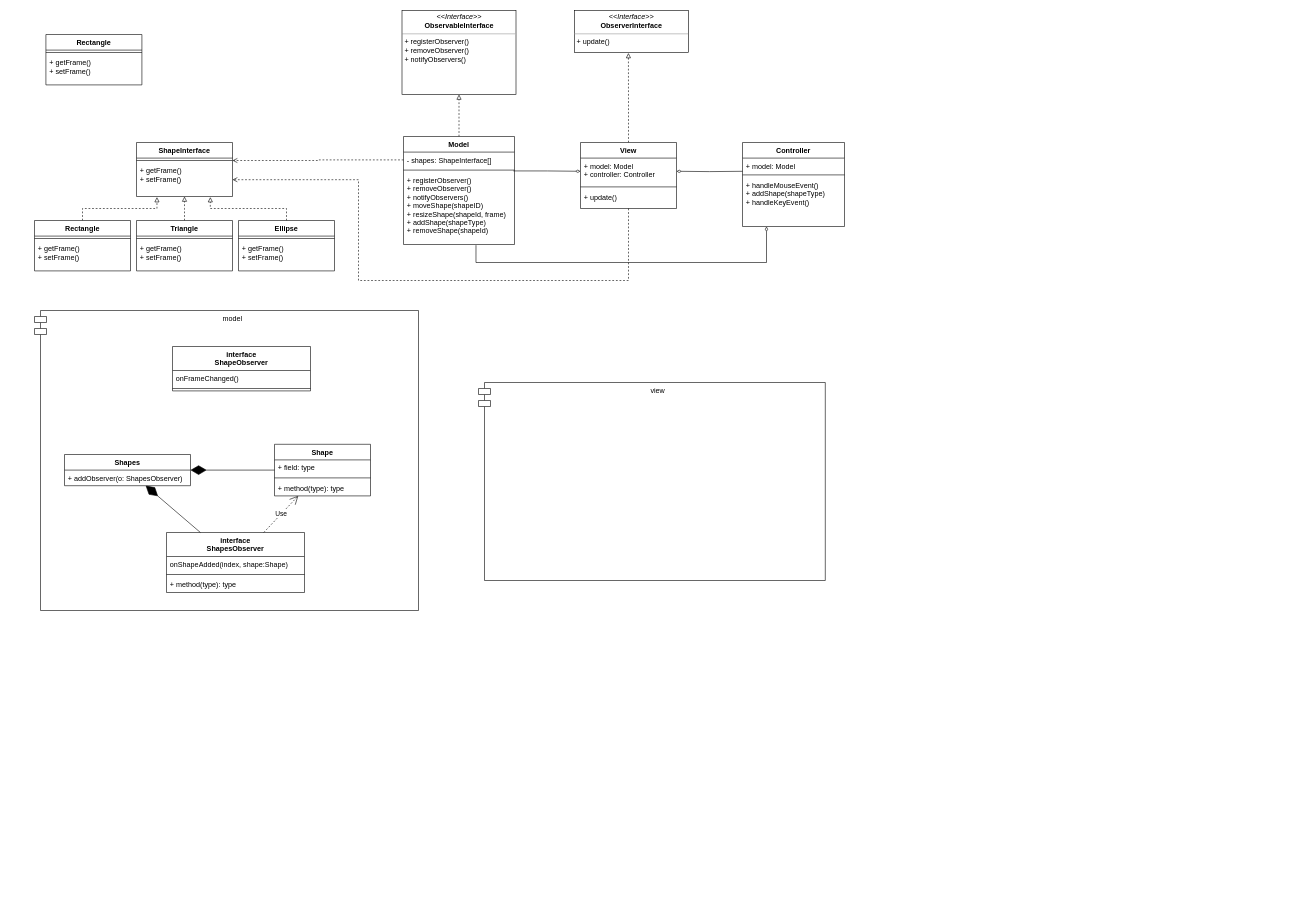
Above: MVC_geometric/MVC.drawio in venera13/ood (draw.io), before the change. Source tidied: cells renumbered, new cells numbered last; positions are measured from the earlier drawing's top-left corner, leaving out a move shared by most shapes. Both pictures are drawn from the tidied source at 60%, with x=0, y=0 at pixel (34, 10).
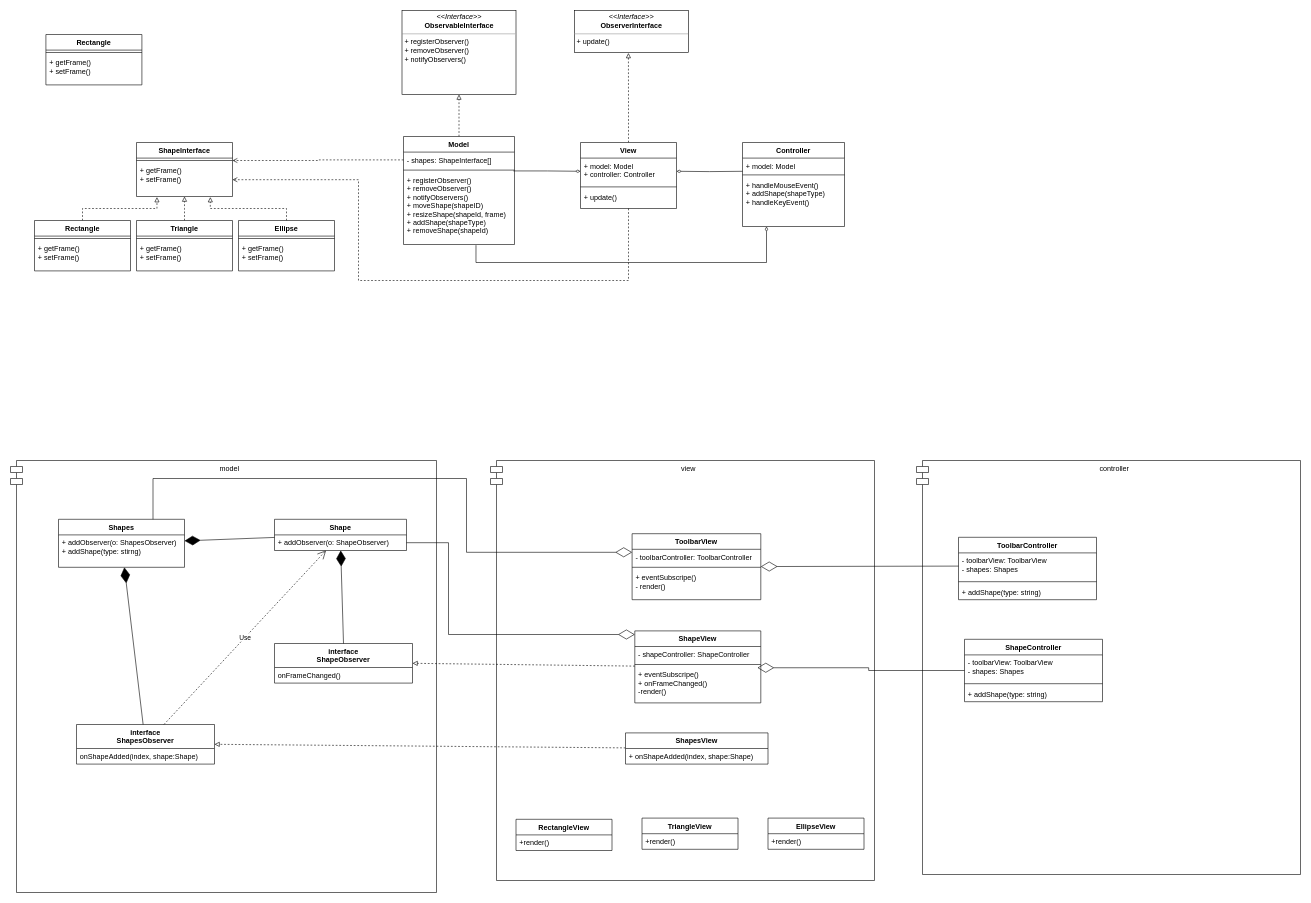
The same diagram, later.

Change to the diagram source:
```diff
@@
     <mxCell id="38" value="model" style="shape=module;align=left;spacingLeft=20;align=center;verticalAlign=top;" parent="1" vertex="1">
-      <mxGeometry y="500" width="640" height="500" as="geometry" />
+      <mxGeometry x="-40" y="750" width="710" height="720" as="geometry" />
     </mxCell>
     <mxCell id="39" value="view" style="shape=module;align=left;spacingLeft=20;align=center;verticalAlign=top;" parent="1" vertex="1">
-      <mxGeometry x="740" y="620" width="578" height="330" as="geometry" />
+      <mxGeometry x="760" y="750" width="640" height="700" as="geometry" />
     </mxCell>
     <mxCell id="40" value="Shapes" style="swimlane;fontStyle=1;align=center;verticalAlign=top;horizontal=1;startSize=26;" parent="1" vertex="1">
-      <mxGeometry x="50" y="740" width="210" height="52" as="geometry" />
+      <mxGeometry x="40" y="848" width="210" height="80" as="geometry" />
     </mxCell>
-    <mxCell id="41" value="+ addObserver(o: ShapesObserver)" style="text;strokeColor=none;fillColor=none;align=left;verticalAlign=top;spacingLeft=4;spacingRight=4;overflow=hidden;" parent="40" vertex="1">
-      <mxGeometry y="26" width="210" height="26" as="geometry" />
+    <mxCell id="41" value="+ addObserver(o: ShapesObserver)&#10;+ addShape(type: stirng)" style="text;strokeColor=none;fillColor=none;align=left;verticalAlign=top;spacingLeft=4;spacingRight=4;overflow=hidden;" parent="40" vertex="1">
+      <mxGeometry y="26" width="210" height="54" as="geometry" />
     </mxCell>
     <mxCell id="42" value="interface&#10;ShapesObserver" style="swimlane;fontStyle=1;align=center;verticalAlign=top;horizontal=1;startSize=40;" parent="1" vertex="1">
-      <mxGeometry x="220" y="870" width="230" height="100" as="geometry" />
+      <mxGeometry x="70" y="1190" width="230" height="66" as="geometry" />
     </mxCell>
@@
-    <mxCell id="44" style="line;strokeWidth=1;fillColor=none;align=left;verticalAlign=middle;spacingTop=-1;spacingLeft=3;spacingRight=3;labelPosition=right;" parent="42" vertex="1">
-      <mxGeometry y="66" width="230" height="8" as="geometry" />
-    </mxCell>
-    <mxCell id="45" value="+ method(type): type" style="text;strokeColor=none;fillColor=none;align=left;verticalAlign=top;spacingLeft=4;spacingRight=4;overflow=hidden;" parent="42" vertex="1">
-      <mxGeometry y="74" width="230" height="26" as="geometry" />
-    </mxCell>
     <mxCell id="46" value="Shape" style="swimlane;fontStyle=1;align=center;verticalAlign=top;horizontal=1;startSize=26;" parent="1" vertex="1">
-      <mxGeometry x="400" y="723" width="160" height="86" as="geometry" />
+      <mxGeometry x="400" y="848" width="220" height="52" as="geometry" />
     </mxCell>
-    <mxCell id="47" value="+ field: type" style="text;strokeColor=none;fillColor=none;align=left;verticalAlign=top;spacingLeft=4;spacingRight=4;overflow=hidden;points=[[0,0.5],[1,0.5]];portConstraint=eastwest;" parent="46" vertex="1">
-      <mxGeometry y="26" width="160" height="26" as="geometry" />
+    <mxCell id="47" value="+ addObserver(o: ShapeObserver)" style="text;strokeColor=none;fillColor=none;align=left;verticalAlign=top;spacingLeft=4;spacingRight=4;overflow=hidden;points=[[0,0.5],[1,0.5]];portConstraint=eastwest;" parent="46" vertex="1">
+      <mxGeometry y="26" width="220" height="26" as="geometry" />
     </mxCell>
-    <mxCell id="48" style="line;strokeWidth=1;fillColor=none;align=left;verticalAlign=middle;spacingTop=-1;spacingLeft=3;spacingRight=3;labelPosition=right;" parent="46" vertex="1">
-      <mxGeometry y="52" width="160" height="8" as="geometry" />
-    </mxCell>
-    <mxCell id="49" value="+ method(type): type" style="text;strokeColor=none;fillColor=none;align=left;verticalAlign=top;spacingLeft=4;spacingRight=4;overflow=hidden;" parent="46" vertex="1">
-      <mxGeometry y="60" width="160" height="26" as="geometry" />
-    </mxCell>
@@
     <mxCell id="56" value="interface&#10;ShapeObserver" style="swimlane;fontStyle=1;align=center;verticalAlign=top;horizontal=1;startSize=40;" parent="1" vertex="1">
-      <mxGeometry x="230" y="560" width="230" height="74" as="geometry" />
+      <mxGeometry x="400" y="1055" width="230" height="66" as="geometry" />
     </mxCell>
@@
-    <mxCell id="58" style="line;strokeWidth=1;fillColor=none;align=left;verticalAlign=middle;spacingTop=-1;spacingLeft=3;spacingRight=3;labelPosition=right;" parent="56" vertex="1">
-      <mxGeometry y="66" width="230" height="8" as="geometry" />
-    </mxCell>
+    <mxCell id="59" style="endArrow=diamondThin;endFill=1;endSize=24;html=1;rounded=0;exitX=0.5;exitY=0;exitDx=0;exitDy=0;" parent="1" edge="1" source="56" target="47">
+      <mxGeometry relative="1" as="geometry" />
+    </mxCell>
+    <mxCell id="60" value="RectangleView" style="swimlane;fontStyle=1;align=center;verticalAlign=top;horizontal=1;startSize=26;" parent="1" vertex="1">
+      <mxGeometry x="802.5" y="1348" width="160" height="52" as="geometry" />
+    </mxCell>
+    <mxCell id="61" value="+render()" style="text;strokeColor=none;fillColor=none;align=left;verticalAlign=top;spacingLeft=4;spacingRight=4;overflow=hidden;" parent="60" vertex="1">
+      <mxGeometry y="26" width="160" height="26" as="geometry" />
+    </mxCell>
+    <mxCell id="62" value="TriangleView" style="swimlane;fontStyle=1;align=center;verticalAlign=top;horizontal=1;startSize=26;" parent="1" vertex="1">
+      <mxGeometry x="1012.5" y="1346" width="160" height="52" as="geometry" />
+    </mxCell>
+    <mxCell id="63" value="+render()" style="text;strokeColor=none;fillColor=none;align=left;verticalAlign=top;spacingLeft=4;spacingRight=4;overflow=hidden;" parent="62" vertex="1">
+      <mxGeometry y="26" width="160" height="26" as="geometry" />
+    </mxCell>
+    <mxCell id="64" value="EllipseView" style="swimlane;fontStyle=1;align=center;verticalAlign=top;horizontal=1;startSize=26;" parent="1" vertex="1">
+      <mxGeometry x="1222.5" y="1346" width="160" height="52" as="geometry" />
+    </mxCell>
+    <mxCell id="65" value="+render()" style="text;strokeColor=none;fillColor=none;align=left;verticalAlign=top;spacingLeft=4;spacingRight=4;overflow=hidden;" parent="64" vertex="1">
+      <mxGeometry y="26" width="160" height="26" as="geometry" />
+    </mxCell>
+    <mxCell id="66" style="edgeStyle=none;rounded=0;jettySize=auto;html=1;entryX=1;entryY=0.5;entryDx=0;entryDy=0;dashed=1;endArrow=block;endFill=0;" parent="1" edge="1" source="67" target="42">
+      <mxGeometry relative="1" as="geometry" />
+    </mxCell>
+    <mxCell id="67" value="ShapesView" style="swimlane;fontStyle=1;align=center;verticalAlign=top;horizontal=1;startSize=26;" parent="1" vertex="1">
+      <mxGeometry x="985" y="1204" width="237.5" height="52" as="geometry" />
+    </mxCell>
+    <mxCell id="68" value="+ onShapeAdded(index, shape:Shape)" style="text;strokeColor=none;fillColor=none;align=left;verticalAlign=top;spacingLeft=4;spacingRight=4;overflow=hidden;" parent="67" vertex="1">
+      <mxGeometry y="26" width="237.5" height="26" as="geometry" />
+    </mxCell>
+    <mxCell id="69" style="edgeStyle=none;rounded=0;jettySize=auto;html=1;entryX=1;entryY=0.5;entryDx=0;entryDy=0;dashed=1;endArrow=block;endFill=0;" parent="1" edge="1" source="86" target="56">
+      <mxGeometry relative="1" as="geometry" />
+    </mxCell>
+    <mxCell id="70" value="controller" style="shape=module;align=left;spacingLeft=20;align=center;verticalAlign=top;" parent="1" vertex="1">
+      <mxGeometry x="1470" y="750" width="640" height="690" as="geometry" />
+    </mxCell>
+    <mxCell id="71" value="ToolbarController" style="swimlane;fontStyle=1;align=center;verticalAlign=top;horizontal=1;startSize=26;" parent="1" vertex="1">
+      <mxGeometry x="1540" y="878" width="230" height="104" as="geometry" />
+    </mxCell>
+    <mxCell id="72" value="- toolbarView: ToolbarView&#10;- shapes: Shapes" style="text;strokeColor=none;fillColor=none;align=left;verticalAlign=top;spacingLeft=4;spacingRight=4;overflow=hidden;points=[[0,0.5],[1,0.5]];portConstraint=eastwest;" parent="71" vertex="1">
+      <mxGeometry y="26" width="230" height="44" as="geometry" />
+    </mxCell>
+    <mxCell id="73" style="line;strokeWidth=1;fillColor=none;align=left;verticalAlign=middle;spacingTop=-1;spacingLeft=3;spacingRight=3;labelPosition=right;" parent="71" vertex="1">
+      <mxGeometry y="70" width="230" height="8" as="geometry" />
+    </mxCell>
+    <mxCell id="74" value="+ addShape(type: string)" style="text;strokeColor=none;fillColor=none;align=left;verticalAlign=top;spacingLeft=4;spacingRight=4;overflow=hidden;" parent="71" vertex="1">
+      <mxGeometry y="78" width="230" height="26" as="geometry" />
+    </mxCell>
+    <mxCell id="75" style="edgeStyle=orthogonalEdgeStyle;rounded=0;jettySize=auto;html=1;endArrow=diamondThin;endFill=0;endSize=25;exitX=0.75;exitY=0;exitDx=0;exitDy=0;" parent="1" edge="1" source="40" target="76">
+      <mxGeometry relative="1" as="geometry">
+        <Array as="points">
+          <mxPoint x="197" y="780" />
+          <mxPoint x="720" y="780" />
+          <mxPoint x="720" y="903" />
+        </Array>
+      </mxGeometry>
+    </mxCell>
+    <mxCell id="76" value="ToolbarView" style="swimlane;fontStyle=1;align=center;verticalAlign=top;horizontal=1;startSize=26;" parent="1" vertex="1">
+      <mxGeometry x="996" y="872" width="214.5" height="110" as="geometry" />
+    </mxCell>
+    <mxCell id="77" value="- toolbarController: ToolbarController" style="text;strokeColor=none;fillColor=none;align=left;verticalAlign=top;spacingLeft=4;spacingRight=4;overflow=hidden;" parent="76" vertex="1">
+      <mxGeometry y="26" width="214.5" height="26" as="geometry" />
+    </mxCell>
+    <mxCell id="78" style="line;strokeWidth=1;fillColor=none;align=left;verticalAlign=middle;spacingTop=-1;spacingLeft=3;spacingRight=3;labelPosition=right;" parent="76" vertex="1">
+      <mxGeometry y="52" width="214.5" height="8" as="geometry" />
+    </mxCell>
+    <mxCell id="79" value="+ eventSubscripe()&#10;- render()" style="text;strokeColor=none;fillColor=none;align=left;verticalAlign=top;spacingLeft=4;spacingRight=4;overflow=hidden;" parent="76" vertex="1">
+      <mxGeometry y="60" width="214.5" height="50" as="geometry" />
+    </mxCell>
+    <mxCell id="80" style="edgeStyle=none;rounded=0;jettySize=auto;html=1;endArrow=diamondThin;endFill=0;exitX=0;exitY=0.5;exitDx=0;exitDy=0;endSize=25;" parent="1" edge="1" source="72" target="76">
+      <mxGeometry relative="1" as="geometry" />
+    </mxCell>
+    <mxCell id="81" style="edgeStyle=orthogonalEdgeStyle;rounded=0;jettySize=auto;html=1;entryX=0.973;entryY=0.024;entryDx=0;entryDy=0;entryPerimeter=0;endArrow=diamondThin;endFill=0;endSize=25;" parent="1" edge="1" source="82" target="89">
+      <mxGeometry relative="1" as="geometry" />
+    </mxCell>
+    <mxCell id="82" value="ShapeController" style="swimlane;fontStyle=1;align=center;verticalAlign=top;horizontal=1;startSize=26;" parent="1" vertex="1">
+      <mxGeometry x="1550" y="1048" width="230" height="104" as="geometry" />
+    </mxCell>
+    <mxCell id="83" value="- toolbarView: ToolbarView&#10;- shapes: Shapes" style="text;strokeColor=none;fillColor=none;align=left;verticalAlign=top;spacingLeft=4;spacingRight=4;overflow=hidden;" parent="82" vertex="1">
+      <mxGeometry y="26" width="230" height="44" as="geometry" />
+    </mxCell>
+    <mxCell id="84" style="line;strokeWidth=1;fillColor=none;align=left;verticalAlign=middle;spacingTop=-1;spacingLeft=3;spacingRight=3;labelPosition=right;" parent="82" vertex="1">
+      <mxGeometry y="70" width="230" height="8" as="geometry" />
+    </mxCell>
+    <mxCell id="85" value="+ addShape(type: string)" style="text;strokeColor=none;fillColor=none;align=left;verticalAlign=top;spacingLeft=4;spacingRight=4;overflow=hidden;" parent="82" vertex="1">
+      <mxGeometry y="78" width="230" height="26" as="geometry" />
+    </mxCell>
+    <mxCell id="86" value="ShapeView" style="swimlane;fontStyle=1;align=center;verticalAlign=top;horizontal=1;startSize=26;" parent="1" vertex="1">
+      <mxGeometry x="1000.5" y="1034" width="210" height="120" as="geometry" />
+    </mxCell>
+    <mxCell id="87" value="- shapeController: ShapeController" style="text;strokeColor=none;fillColor=none;align=left;verticalAlign=top;spacingLeft=4;spacingRight=4;overflow=hidden;" parent="86" vertex="1">
+      <mxGeometry y="26" width="210" height="26" as="geometry" />
+    </mxCell>
+    <mxCell id="88" style="line;strokeWidth=1;fillColor=none;align=left;verticalAlign=middle;spacingTop=-1;spacingLeft=3;spacingRight=3;labelPosition=right;" parent="86" vertex="1">
+      <mxGeometry y="52" width="210" height="8" as="geometry" />
+    </mxCell>
+    <mxCell id="89" value="+ eventSubscripe()&#10;+ onFrameChanged()&#10;-render()" style="text;strokeColor=none;fillColor=none;align=left;verticalAlign=top;spacingLeft=4;spacingRight=4;overflow=hidden;points=[[0,0.5],[1,0.5]];portConstraint=eastwest;" parent="86" vertex="1">
+      <mxGeometry y="60" width="210" height="60" as="geometry" />
+    </mxCell>
+    <mxCell id="90" style="edgeStyle=orthogonalEdgeStyle;rounded=0;jettySize=auto;html=1;endArrow=diamondThin;endFill=0;endSize=25;exitX=1;exitY=0.5;exitDx=0;exitDy=0;" parent="1" edge="1" source="47" target="86">
+      <mxGeometry relative="1" as="geometry">
+        <Array as="points">
+          <mxPoint x="690" y="887" />
+          <mxPoint x="690" y="1040" />
+        </Array>
+      </mxGeometry>
+    </mxCell>
```
